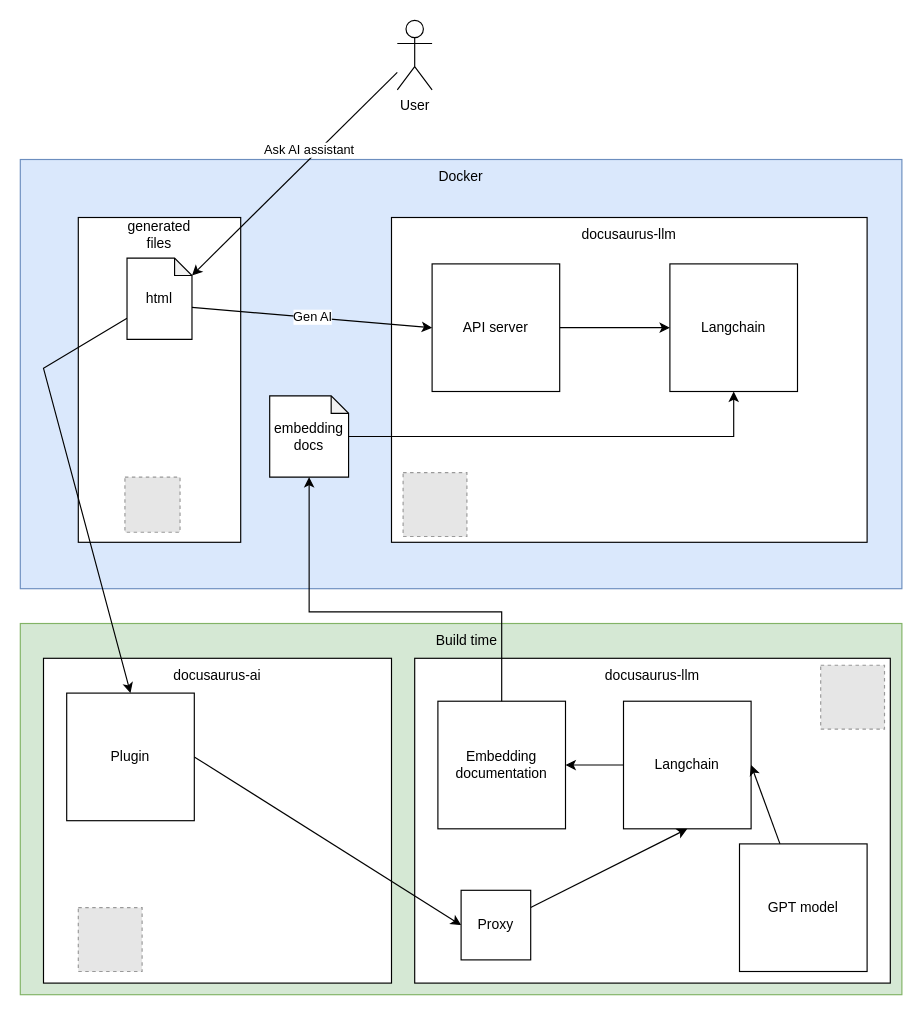
This is assets/architecture.drawio from SeedMindAI/docusaurus-mindchat, a draw.io file, before an edit. Source tidied: cells renumbered, new cells numbered last; positions are measured from the earlier drawing's top-left corner, leaving out a move shared by most shapes. Both pictures are drawn from the tidied source at 116%, with x=0, y=0 at pixel (20, 20). Pictures stored in the file or linked from it are replaced by grey dashed boxes.
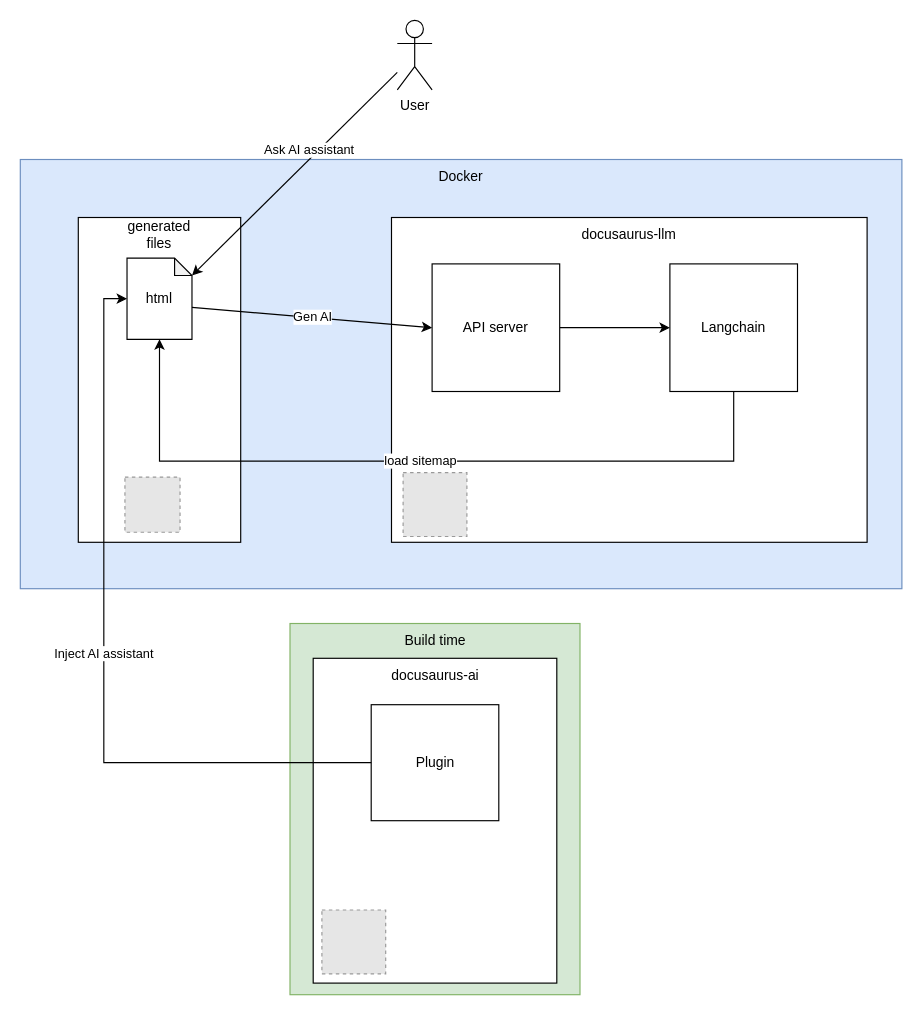
After the change.

Commit message (it also covers changes not shown here):
Update architecture diagram

Unchanged cells that the change refers to:
```xml
<mxCell id="11" value="Langchain" style="rounded=0;whiteSpace=wrap;html=1;" parent="1" vertex="1">
  <mxGeometry x="560" y="210" width="110" height="110" as="geometry" />
</mxCell>
<mxCell id="17" value="html" style="shape=note;whiteSpace=wrap;html=1;backgroundOutline=1;darkOpacity=0.05;size=15;" parent="1" vertex="1">
  <mxGeometry x="92" y="205" width="56" height="70" as="geometry" />
</mxCell>
```

The edit, as a diff of the source:
```diff
@@
     <mxCell id="2" style="rounded=0;whiteSpace=wrap;html=1;fillColor=#d5e8d4;strokeColor=#82b366;" parent="1" vertex="1">
-      <mxGeometry y="520" width="760" height="320" as="geometry" />
+      <mxGeometry x="232.5" y="520" width="250" height="320" as="geometry" />
     </mxCell>
-    <mxCell id="3" style="rounded=0;whiteSpace=wrap;html=1;" parent="1" vertex="1">
-      <mxGeometry x="340" y="550" width="410" height="280" as="geometry" />
-    </mxCell>
-    <mxCell id="4" value="Embedding documentation" style="rounded=0;whiteSpace=wrap;html=1;" parent="1" vertex="1">
-      <mxGeometry x="360" y="587" width="110" height="110" as="geometry" />
-    </mxCell>
@@
     <mxCell id="8" style="rounded=1;whiteSpace=wrap;html=1;arcSize=0;" parent="1" vertex="1">
-      <mxGeometry x="20" y="550" width="300" height="280" as="geometry" />
+      <mxGeometry x="252.5" y="550" width="210" height="280" as="geometry" />
     </mxCell>
@@
     <mxCell id="10" value="Plugin" style="rounded=0;whiteSpace=wrap;html=1;" parent="1" vertex="1">
-      <mxGeometry x="40" y="580" width="110" height="110" as="geometry" />
+      <mxGeometry x="302.5" y="590" width="110" height="100" as="geometry" />
     </mxCell>
@@
     <mxCell id="12" value="docusaurus-ai" style="text;html=1;strokeColor=none;fillColor=none;align=center;verticalAlign=middle;whiteSpace=wrap;rounded=0;" parent="1" vertex="1">
-      <mxGeometry x="125" y="550" width="90" height="30" as="geometry" />
+      <mxGeometry x="312.5" y="550" width="90" height="30" as="geometry" />
     </mxCell>
@@
-    <mxCell id="16" style="rounded=0;jettySize=auto;html=1;entryX=0.5;entryY=0;entryDx=0;entryDy=0;" parent="1" edge="1" source="17" target="10">
-      <mxGeometry relative="1" as="geometry">
-        <Array as="points">
-          <mxPoint x="20" y="300" />
-        </Array>
-      </mxGeometry>
-    </mxCell>
@@
-    <mxCell id="20" style="rounded=0;jettySize=auto;html=1;entryX=0.5;entryY=1;entryDx=0;entryDy=0;edgeStyle=orthogonalEdgeStyle;" parent="1" edge="1" source="21" target="11">
-      <mxGeometry relative="1" as="geometry" />
-    </mxCell>
-    <mxCell id="21" value="embedding docs" style="shape=note;whiteSpace=wrap;html=1;backgroundOutline=1;darkOpacity=0.05;size=15;" parent="1" vertex="1">
-      <mxGeometry x="215" y="323.8" width="68" height="70" as="geometry" />
-    </mxCell>
     <mxCell id="22" style="fillColor=#E6E6E6;strokeColor=#999999;dashed=1;verticalLabelPosition=bottom;labelBackgroundColor=default;verticalAlign=top;" parent="1" vertex="1">
-      <mxGeometry x="50" y="765" width="55" height="55" as="geometry" />
+      <mxGeometry x="260" y="767" width="55" height="55" as="geometry" />
     </mxCell>
@@
     <mxCell id="24" value="Build time" style="text;html=1;strokeColor=none;fillColor=none;align=center;verticalAlign=middle;whiteSpace=wrap;rounded=0;" parent="1" vertex="1">
-      <mxGeometry x="355" y="520" width="60" height="30" as="geometry" />
+      <mxGeometry x="327.5" y="520" width="60" height="30" as="geometry" />
     </mxCell>
-    <mxCell id="25" value="docusaurus-llm" style="text;html=1;strokeColor=none;fillColor=none;align=center;verticalAlign=middle;whiteSpace=wrap;rounded=0;" parent="1" vertex="1">
-      <mxGeometry x="500" y="550" width="90" height="30" as="geometry" />
-    </mxCell>
-    <mxCell id="26" style="rounded=0;jettySize=auto;html=1;exitX=0;exitY=0.5;exitDx=0;exitDy=0;" parent="1" edge="1" source="27" target="4">
-      <mxGeometry relative="1" as="geometry" />
-    </mxCell>
-    <mxCell id="27" value="Langchain" style="rounded=0;whiteSpace=wrap;html=1;" parent="1" vertex="1">
-      <mxGeometry x="520" y="587" width="110" height="110" as="geometry" />
-    </mxCell>
-    <mxCell id="28" style="rounded=0;jettySize=auto;html=1;entryX=0.5;entryY=1;entryDx=0;entryDy=0;" parent="1" edge="1" source="29" target="27">
-      <mxGeometry relative="1" as="geometry" />
-    </mxCell>
-    <mxCell id="29" value="Proxy" style="rounded=0;whiteSpace=wrap;html=1;" parent="1" vertex="1">
-      <mxGeometry x="380" y="750" width="60" height="60" as="geometry" />
-    </mxCell>
-    <mxCell id="30" style="fillColor=#E6E6E6;strokeColor=#999999;dashed=1;verticalLabelPosition=bottom;labelBackgroundColor=default;verticalAlign=top;" parent="1" vertex="1">
-      <mxGeometry x="690" y="556" width="55" height="55" as="geometry" />
-    </mxCell>
-    <mxCell id="31" style="rounded=0;jettySize=auto;html=1;exitX=1;exitY=0.5;exitDx=0;exitDy=0;entryX=0;entryY=0.5;entryDx=0;entryDy=0;" parent="1" edge="1" source="10" target="29">
-      <mxGeometry relative="1" as="geometry" />
-    </mxCell>
-    <mxCell id="32" style="rounded=0;jettySize=auto;html=1;entryX=1;entryY=0.5;entryDx=0;entryDy=0;" parent="1" edge="1" source="33" target="27">
-      <mxGeometry relative="1" as="geometry" />
-    </mxCell>
-    <mxCell id="33" value="GPT model" style="rounded=0;whiteSpace=wrap;html=1;" parent="1" vertex="1">
-      <mxGeometry x="620" y="710" width="110" height="110" as="geometry" />
-    </mxCell>
-    <mxCell id="34" style="rounded=0;jettySize=auto;html=1;entryX=0.5;entryY=1;entryDx=0;entryDy=0;entryPerimeter=0;edgeStyle=orthogonalEdgeStyle;" parent="1" edge="1" source="4" target="21">
-      <mxGeometry relative="1" as="geometry">
-        <Array as="points">
-          <mxPoint x="415" y="510" />
-          <mxPoint x="249" y="510" />
-        </Array>
-      </mxGeometry>
-    </mxCell>
@@
+    <mxCell id="38" value="load sitemap" style="edgeStyle=orthogonalEdgeStyle;rounded=0;jettySize=auto;html=1;entryX=0.5;entryY=1;entryDx=0;entryDy=0;entryPerimeter=0;" parent="1" edge="1" source="11" target="17">
+      <mxGeometry relative="1" as="geometry">
+        <Array as="points">
+          <mxPoint x="615" y="380" />
+          <mxPoint x="120" y="380" />
+        </Array>
+      </mxGeometry>
+    </mxCell>
+    <mxCell id="39" value="Inject AI assistant" style="edgeStyle=orthogonalEdgeStyle;rounded=0;jettySize=auto;html=1;exitX=0;exitY=0.5;exitDx=0;exitDy=0;entryX=0;entryY=0.5;entryDx=0;entryDy=0;entryPerimeter=0;" parent="1" edge="1" source="10" target="17">
+      <mxGeometry relative="1" as="geometry" />
+    </mxCell>
```
